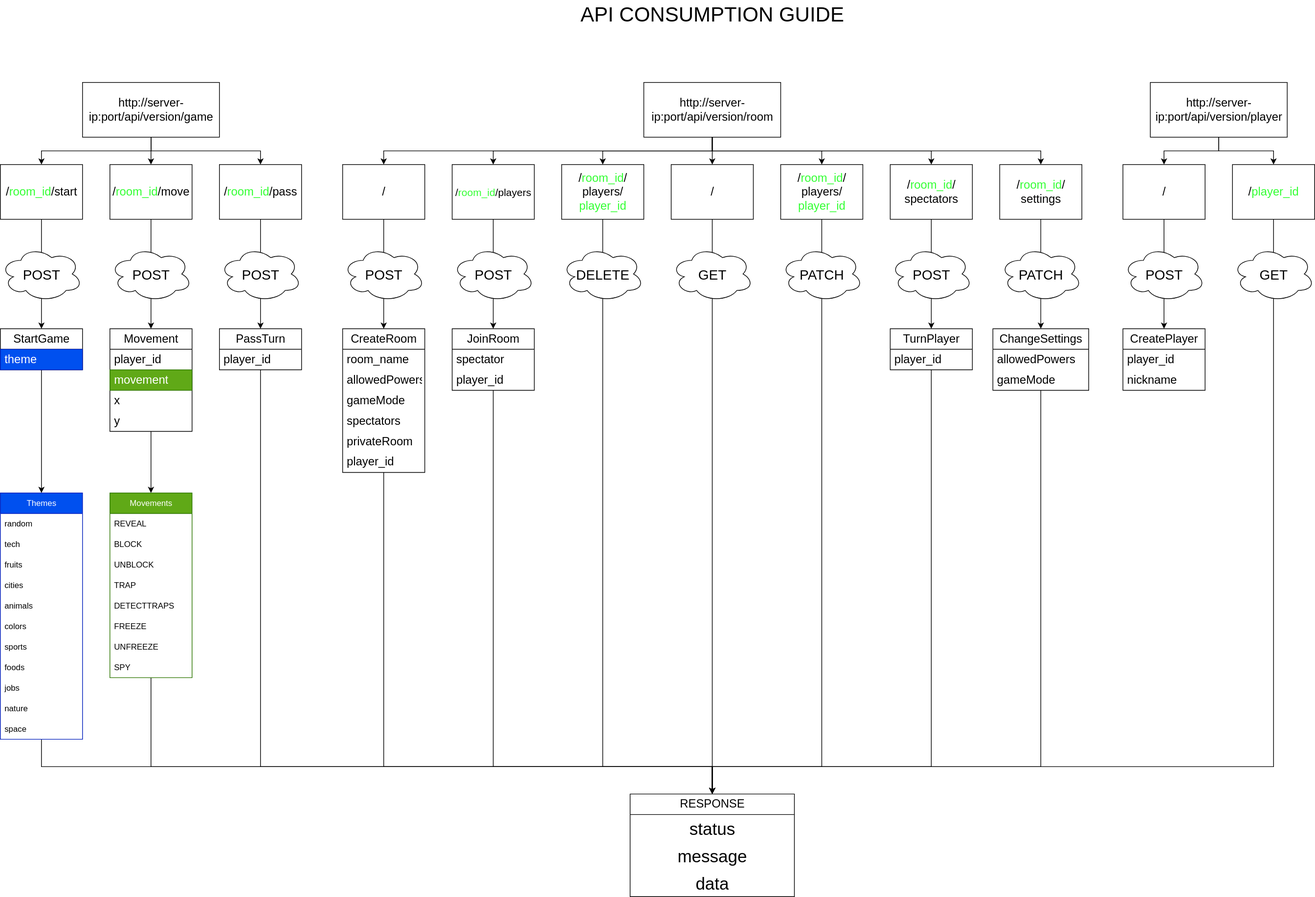
Above: diagrams/ApiConsumptionGuide.drawio.svg in Zidan-09/Letra-a-Letra (draw.io), before the change. Source tidied: cells renumbered, new cells last; positions are measured from the earlier drawing's top-left corner, leaving out a move shared by most shapes.
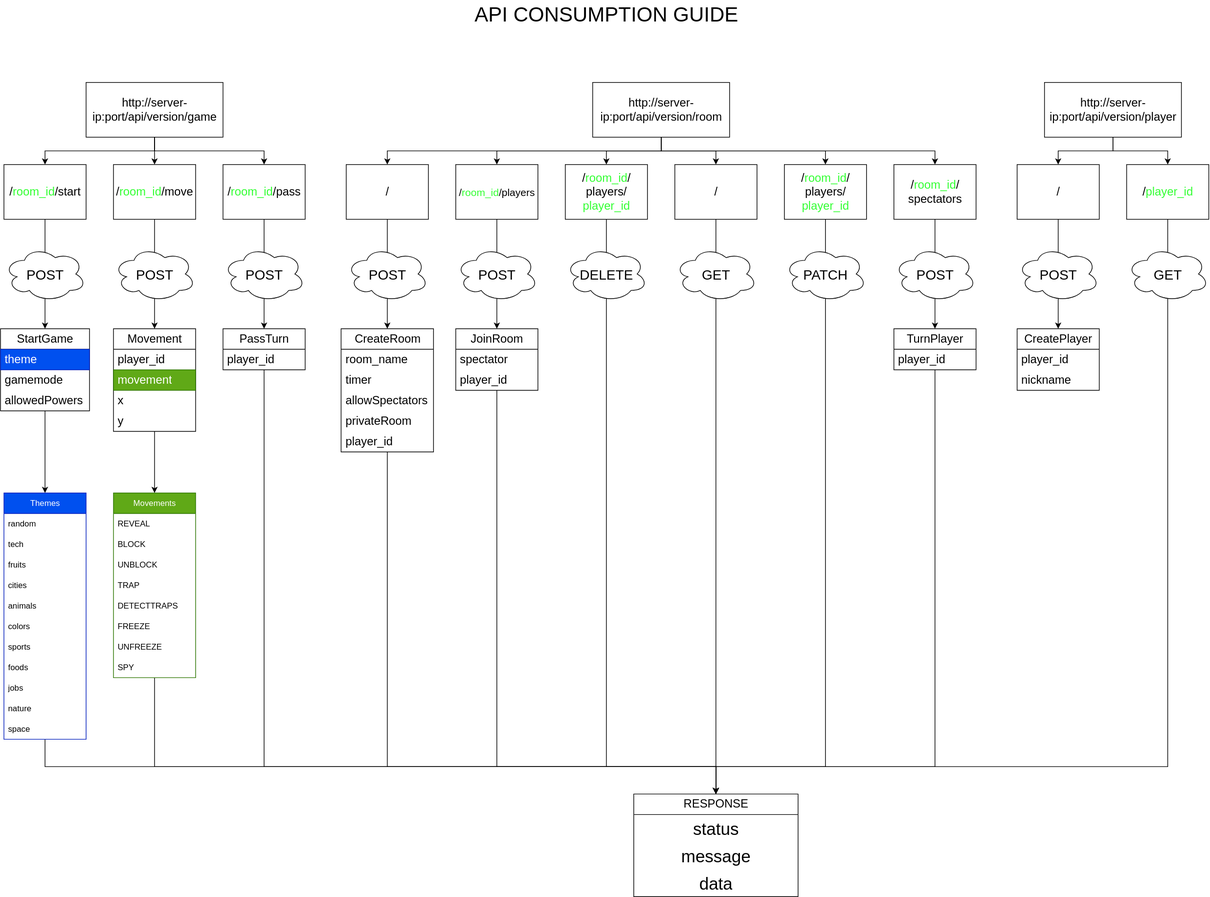
Above is the later version.

Commit message:
FIX - Fixed unused things && updated diagram

The edit, as a diff of the source:
```diff
@@ -3,7 +3,7 @@
     <mxCell id="0" />
     <mxCell id="1" parent="0" />
     <mxCell id="2" value="API CONSUMPTION GUIDE" style="text;html=1;align=center;verticalAlign=middle;whiteSpace=wrap;rounded=0;fontSize=30;" parent="1" vertex="1">
-      <mxGeometry x="840" width="400" height="40" as="geometry" />
+      <mxGeometry width="1760" height="40" as="geometry" />
     </mxCell>
     <mxCell id="3" style="edgeStyle=orthogonalEdgeStyle;rounded=0;jettySize=auto;html=1;entryX=0.5;entryY=0;entryDx=0;entryDy=0;" parent="1" edge="1" source="6" target="21">
       <mxGeometry relative="1" as="geometry" />
@@ -20,7 +20,7 @@
     <mxCell id="7" style="edgeStyle=orthogonalEdgeStyle;rounded=0;jettySize=auto;html=1;entryX=0.5;entryY=0;entryDx=0;entryDy=0;" parent="1" edge="1" source="14" target="27">
       <mxGeometry relative="1" as="geometry">
         <Array as="points">
-          <mxPoint x="1040" y="220" />
+          <mxPoint x="960" y="220" />
           <mxPoint x="720" y="220" />
         </Array>
       </mxGeometry>
@@ -28,7 +28,7 @@
     <mxCell id="8" style="edgeStyle=orthogonalEdgeStyle;rounded=0;jettySize=auto;html=1;entryX=0.5;entryY=0;entryDx=0;entryDy=0;" parent="1" edge="1" source="14" target="25">
       <mxGeometry relative="1" as="geometry">
         <Array as="points">
-          <mxPoint x="1040" y="220" />
+          <mxPoint x="960" y="220" />
           <mxPoint x="560" y="220" />
         </Array>
       </mxGeometry>
@@ -39,7 +39,7 @@
     <mxCell id="10" style="edgeStyle=orthogonalEdgeStyle;rounded=0;jettySize=auto;html=1;entryX=0.5;entryY=0;entryDx=0;entryDy=0;" parent="1" edge="1" source="14" target="29">
       <mxGeometry relative="1" as="geometry">
         <Array as="points">
-          <mxPoint x="1040" y="220" />
+          <mxPoint x="960" y="220" />
           <mxPoint x="1040" y="220" />
         </Array>
       </mxGeometry>
@@ -47,7 +47,7 @@
     <mxCell id="11" style="edgeStyle=orthogonalEdgeStyle;rounded=0;jettySize=auto;html=1;entryX=0.5;entryY=0;entryDx=0;entryDy=0;" parent="1" edge="1" source="14" target="93">
       <mxGeometry relative="1" as="geometry">
         <Array as="points">
-          <mxPoint x="1040" y="220" />
+          <mxPoint x="960" y="220" />
           <mxPoint x="1200" y="220" />
         </Array>
       </mxGeometry>
@@ -55,21 +55,13 @@
     <mxCell id="12" style="edgeStyle=orthogonalEdgeStyle;rounded=0;jettySize=auto;html=1;entryX=0.5;entryY=0;entryDx=0;entryDy=0;" parent="1" edge="1" source="14" target="96">
       <mxGeometry relative="1" as="geometry">
         <Array as="points">
-          <mxPoint x="1040" y="220" />
+          <mxPoint x="960" y="220" />
           <mxPoint x="1360" y="220" />
         </Array>
       </mxGeometry>
     </mxCell>
-    <mxCell id="13" style="edgeStyle=orthogonalEdgeStyle;rounded=0;jettySize=auto;html=1;entryX=0.5;entryY=0;entryDx=0;entryDy=0;" parent="1" edge="1" source="14" target="102">
-      <mxGeometry relative="1" as="geometry">
-        <Array as="points">
-          <mxPoint x="1040" y="220" />
-          <mxPoint x="1520" y="220" />
-        </Array>
-      </mxGeometry>
-    </mxCell>
     <mxCell id="14" value="http://server-ip:port/api/version/room" style="rounded=0;whiteSpace=wrap;html=1;fontSize=17;" parent="1" vertex="1">
-      <mxGeometry x="940" y="120" width="200" height="80" as="geometry" />
+      <mxGeometry x="860" y="120" width="200" height="80" as="geometry" />
     </mxCell>
     <mxCell id="15" style="edgeStyle=orthogonalEdgeStyle;rounded=0;jettySize=auto;html=1;entryX=0.5;entryY=0;entryDx=0;entryDy=0;" parent="1" edge="1" source="17" target="32">
       <mxGeometry relative="1" as="geometry" />
@@ -78,7 +70,7 @@
       <mxGeometry relative="1" as="geometry" />
     </mxCell>
     <mxCell id="17" value="http://server-ip:port/api/version/player" style="rounded=0;whiteSpace=wrap;html=1;fontSize=17;" parent="1" vertex="1">
-      <mxGeometry x="1680" y="120" width="200" height="80" as="geometry" />
+      <mxGeometry x="1520" y="120" width="200" height="80" as="geometry" />
     </mxCell>
     <mxCell id="18" style="edgeStyle=orthogonalEdgeStyle;rounded=0;jettySize=auto;html=1;entryX=0.5;entryY=0;entryDx=0;entryDy=0;" parent="1" edge="1" source="19" target="41">
       <mxGeometry relative="1" as="geometry" />
@@ -119,16 +111,17 @@
     <mxCell id="30" value="&lt;span style=&quot;font-size: 17px;&quot;&gt;/&lt;font style=&quot;color: rgb(51, 255, 51);&quot;&gt;room_id&lt;/font&gt;/&lt;/span&gt;&lt;div&gt;&lt;span style=&quot;font-size: 17px;&quot;&gt;players/&lt;/span&gt;&lt;/div&gt;&lt;div&gt;&lt;span style=&quot;font-size: 17px;&quot;&gt;&lt;font style=&quot;color: rgb(51, 255, 51);&quot;&gt;player_id&lt;/font&gt;&lt;/span&gt;&lt;/div&gt;" style="rounded=0;whiteSpace=wrap;html=1;" parent="1" vertex="1">
       <mxGeometry x="820" y="240" width="120" height="80" as="geometry" />
     </mxCell>
-    <mxCell id="31" style="edgeStyle=orthogonalEdgeStyle;rounded=0;jettySize=auto;html=1;entryX=0.5;entryY=0;entryDx=0;entryDy=0;" parent="1" edge="1" source="32" target="88">
+    <mxCell id="31" style="edgeStyle=orthogonalEdgeStyle;rounded=0;jettySize=auto;html=1;" parent="1" edge="1" source="32">
       <mxGeometry relative="1" as="geometry">
+        <mxPoint x="1040" y="1160" as="targetPoint" />
         <Array as="points">
-          <mxPoint x="1860" y="1120" />
+          <mxPoint x="1700" y="1120" />
           <mxPoint x="1040" y="1120" />
         </Array>
       </mxGeometry>
     </mxCell>
     <mxCell id="32" value="&lt;span style=&quot;font-size: 17px;&quot;&gt;/&lt;font style=&quot;color: rgb(51, 255, 51);&quot;&gt;player_id&lt;/font&gt;&lt;/span&gt;" style="rounded=0;whiteSpace=wrap;html=1;" parent="1" vertex="1">
-      <mxGeometry x="1800" y="240" width="120" height="80" as="geometry" />
+      <mxGeometry x="1640" y="240" width="120" height="80" as="geometry" />
     </mxCell>
     <mxCell id="33" value="&lt;font style=&quot;font-size: 20px;&quot;&gt;POST&lt;/font&gt;" style="ellipse;shape=cloud;whiteSpace=wrap;html=1;" parent="1" vertex="1">
       <mxGeometry y="360" width="120" height="80" as="geometry" />
@@ -140,7 +133,7 @@
       <mxGeometry x="320" y="360" width="120" height="80" as="geometry" />
     </mxCell>
     <mxCell id="36" value="&lt;font style=&quot;font-size: 20px;&quot;&gt;GET&lt;/font&gt;" style="ellipse;shape=cloud;whiteSpace=wrap;html=1;" parent="1" vertex="1">
-      <mxGeometry x="1800" y="360" width="120" height="80" as="geometry" />
+      <mxGeometry x="1640" y="360" width="120" height="80" as="geometry" />
     </mxCell>
     <mxCell id="37" value="&lt;font style=&quot;font-size: 20px;&quot;&gt;POST&lt;/font&gt;" style="ellipse;shape=cloud;whiteSpace=wrap;html=1;" parent="1" vertex="1">
       <mxGeometry x="500" y="360" width="120" height="80" as="geometry" />
@@ -155,11 +148,17 @@
       <mxGeometry relative="1" as="geometry" />
     </mxCell>
     <mxCell id="41" value="StartGame" style="swimlane;fontStyle=0;horizontal=1;startSize=30;whiteSpace=wrap;html=1;fontSize=17;" parent="1" vertex="1">
-      <mxGeometry y="480" width="120" height="60" as="geometry" />
+      <mxGeometry x="-5" y="480" width="130" height="120" as="geometry" />
     </mxCell>
     <mxCell id="42" value="theme" style="text;strokeColor=#001DBC;fillColor=#0050ef;align=left;verticalAlign=middle;spacingLeft=4;spacingRight=4;overflow=hidden;whiteSpace=wrap;html=1;fontSize=17;labelBackgroundColor=none;fontColor=#ffffff;" parent="41" vertex="1">
-      <mxGeometry y="30" width="120" height="30" as="geometry" />
+      <mxGeometry y="30" width="130" height="30" as="geometry" />
     </mxCell>
+    <mxCell id="115" value="gamemode" style="text;strokeColor=none;fillColor=none;align=left;verticalAlign=middle;spacingLeft=4;spacingRight=4;overflow=hidden;whiteSpace=wrap;html=1;fontSize=17;" parent="41" vertex="1">
+      <mxGeometry y="60" width="130" height="30" as="geometry" />
+    </mxCell>
+    <mxCell id="116" value="allowedPowers" style="text;strokeColor=none;fillColor=none;align=left;verticalAlign=middle;spacingLeft=4;spacingRight=4;overflow=hidden;whiteSpace=wrap;html=1;fontSize=17;" parent="41" vertex="1">
+      <mxGeometry y="90" width="130" height="30" as="geometry" />
+    </mxCell>
     <mxCell id="43" style="edgeStyle=orthogonalEdgeStyle;rounded=0;jettySize=auto;html=1;entryX=0.5;entryY=0;entryDx=0;entryDy=0;" parent="1" edge="1" source="44" target="79">
       <mxGeometry relative="1" as="geometry" />
     </mxCell>
@@ -201,25 +200,22 @@
       </mxGeometry>
     </mxCell>
     <mxCell id="53" value="CreateRoom" style="swimlane;fontStyle=0;horizontal=1;startSize=30;whiteSpace=wrap;html=1;fontSize=17;" parent="1" vertex="1">
-      <mxGeometry x="500" y="480" width="120" height="210" as="geometry" />
+      <mxGeometry x="492.5" y="480" width="135" height="180" as="geometry" />
     </mxCell>
     <mxCell id="54" value="room_name" style="text;strokeColor=none;fillColor=none;align=left;verticalAlign=middle;spacingLeft=4;spacingRight=4;overflow=hidden;whiteSpace=wrap;html=1;fontSize=17;" parent="53" vertex="1">
-      <mxGeometry y="30" width="120" height="30" as="geometry" />
+      <mxGeometry y="30" width="135" height="30" as="geometry" />
     </mxCell>
-    <mxCell id="55" value="allowedPowers" style="text;strokeColor=none;fillColor=none;align=left;verticalAlign=middle;spacingLeft=4;spacingRight=4;overflow=hidden;whiteSpace=wrap;html=1;fontSize=17;" parent="53" vertex="1">
-      <mxGeometry y="60" width="120" height="30" as="geometry" />
-    </mxCell>
-    <mxCell id="56" value="gameMode" style="text;strokeColor=none;fillColor=none;align=left;verticalAlign=middle;spacingLeft=4;spacingRight=4;overflow=hidden;whiteSpace=wrap;html=1;fontSize=17;" parent="53" vertex="1">
-      <mxGeometry y="90" width="120" height="30" as="geometry" />
-    </mxCell>
+    <mxCell id="117" value="timer" style="text;strokeColor=none;fillColor=none;align=left;verticalAlign=middle;spacingLeft=4;spacingRight=4;overflow=hidden;whiteSpace=wrap;html=1;fontSize=17;" parent="53" vertex="1">
+      <mxGeometry y="60" width="135" height="30" as="geometry" />
+    </mxCell>
-    <mxCell id="57" value="spectators" style="text;strokeColor=none;fillColor=none;align=left;verticalAlign=middle;spacingLeft=4;spacingRight=4;overflow=hidden;whiteSpace=wrap;html=1;fontSize=17;" parent="53" vertex="1">
-      <mxGeometry y="120" width="120" height="30" as="geometry" />
+    <mxCell id="57" value="allowSpectators" style="text;strokeColor=none;fillColor=none;align=left;verticalAlign=middle;spacingLeft=4;spacingRight=4;overflow=hidden;whiteSpace=wrap;html=1;fontSize=17;" parent="53" vertex="1">
+      <mxGeometry y="90" width="135" height="30" as="geometry" />
     </mxCell>
     <mxCell id="58" value="privateRoom" style="text;strokeColor=none;fillColor=none;align=left;verticalAlign=middle;spacingLeft=4;spacingRight=4;overflow=hidden;whiteSpace=wrap;html=1;fontSize=17;" parent="53" vertex="1">
-      <mxGeometry y="150" width="120" height="30" as="geometry" />
+      <mxGeometry y="120" width="135" height="30" as="geometry" />
     </mxCell>
     <mxCell id="59" value="player_id" style="text;strokeColor=none;fillColor=none;align=left;verticalAlign=middle;spacingLeft=4;spacingRight=4;overflow=hidden;whiteSpace=wrap;html=1;fontSize=17;" parent="53" vertex="1">
-      <mxGeometry y="180" width="120" height="30" as="geometry" />
+      <mxGeometry y="150" width="135" height="30" as="geometry" />
     </mxCell>
     <mxCell id="60" style="edgeStyle=orthogonalEdgeStyle;rounded=0;jettySize=auto;html=1;entryX=0.5;entryY=0;entryDx=0;entryDy=0;" parent="1" edge="1" source="61" target="88">
       <mxGeometry relative="1" as="geometry">
@@ -374,43 +370,17 @@
     <mxCell id="100" value="&lt;font style=&quot;font-size: 20px;&quot;&gt;POST&lt;/font&gt;" style="ellipse;shape=cloud;whiteSpace=wrap;html=1;" parent="1" vertex="1">
       <mxGeometry x="1300" y="360" width="120" height="80" as="geometry" />
     </mxCell>
-    <mxCell id="101" style="edgeStyle=orthogonalEdgeStyle;rounded=0;jettySize=auto;html=1;entryX=0.5;entryY=0;entryDx=0;entryDy=0;" parent="1" edge="1" source="102" target="104">
-      <mxGeometry relative="1" as="geometry" />
-    </mxCell>
-    <mxCell id="102" value="&lt;span style=&quot;font-size: 17px;&quot;&gt;/&lt;font style=&quot;color: rgb(51, 255, 51);&quot;&gt;room_id&lt;/font&gt;/&lt;/span&gt;&lt;div&gt;&lt;span style=&quot;font-size: 17px;&quot;&gt;settings&lt;/span&gt;&lt;/div&gt;" style="rounded=0;whiteSpace=wrap;html=1;" parent="1" vertex="1">
-      <mxGeometry x="1460" y="240" width="120" height="80" as="geometry" />
-    </mxCell>
-    <mxCell id="103" style="edgeStyle=orthogonalEdgeStyle;rounded=0;jettySize=auto;html=1;entryX=0.5;entryY=0;entryDx=0;entryDy=0;" parent="1" edge="1" source="104" target="88">
-      <mxGeometry relative="1" as="geometry">
-        <Array as="points">
-          <mxPoint x="1520" y="1120" />
-          <mxPoint x="1040" y="1120" />
-        </Array>
-      </mxGeometry>
-    </mxCell>
-    <mxCell id="104" value="ChangeSettings" style="swimlane;fontStyle=0;horizontal=1;startSize=30;whiteSpace=wrap;html=1;fontSize=17;" parent="1" vertex="1">
-      <mxGeometry x="1450" y="480" width="140" height="90" as="geometry" />
-    </mxCell>
-    <mxCell id="105" value="allowedPowers" style="text;strokeColor=none;fillColor=none;align=left;verticalAlign=middle;spacingLeft=4;spacingRight=4;overflow=hidden;whiteSpace=wrap;html=1;fontSize=17;" parent="104" vertex="1">
-      <mxGeometry y="30" width="140" height="30" as="geometry" />
-    </mxCell>
-    <mxCell id="106" value="gameMode" style="text;strokeColor=none;fillColor=none;align=left;verticalAlign=middle;spacingLeft=4;spacingRight=4;overflow=hidden;whiteSpace=wrap;html=1;fontSize=17;" parent="104" vertex="1">
-      <mxGeometry y="60" width="140" height="30" as="geometry" />
-    </mxCell>
-    <mxCell id="107" value="&lt;font style=&quot;font-size: 20px;&quot;&gt;PATCH&lt;/font&gt;" style="ellipse;shape=cloud;whiteSpace=wrap;html=1;" parent="1" vertex="1">
-      <mxGeometry x="1460" y="360" width="120" height="80" as="geometry" />
-    </mxCell>
     <mxCell id="108" style="edgeStyle=orthogonalEdgeStyle;rounded=0;jettySize=auto;html=1;entryX=0.5;entryY=0;entryDx=0;entryDy=0;" parent="1" edge="1" source="109" target="111">
       <mxGeometry relative="1" as="geometry" />
     </mxCell>
     <mxCell id="109" value="&lt;span style=&quot;font-size: 17px;&quot;&gt;/&lt;/span&gt;" style="rounded=0;whiteSpace=wrap;html=1;" parent="1" vertex="1">
-      <mxGeometry x="1640" y="240" width="120" height="80" as="geometry" />
+      <mxGeometry x="1480" y="240" width="120" height="80" as="geometry" />
     </mxCell>
     <mxCell id="110" value="&lt;font style=&quot;font-size: 20px;&quot;&gt;POST&lt;/font&gt;" style="ellipse;shape=cloud;whiteSpace=wrap;html=1;" parent="1" vertex="1">
-      <mxGeometry x="1640" y="360" width="120" height="80" as="geometry" />
+      <mxGeometry x="1480" y="360" width="120" height="80" as="geometry" />
     </mxCell>
     <mxCell id="111" value="CreatePlayer" style="swimlane;fontStyle=0;horizontal=1;startSize=30;whiteSpace=wrap;html=1;fontSize=17;" parent="1" vertex="1">
-      <mxGeometry x="1640" y="480" width="120" height="90" as="geometry" />
+      <mxGeometry x="1480" y="480" width="120" height="90" as="geometry" />
     </mxCell>
     <mxCell id="112" value="player_id" style="text;strokeColor=none;fillColor=none;align=left;verticalAlign=middle;spacingLeft=4;spacingRight=4;overflow=hidden;whiteSpace=wrap;html=1;fontSize=17;" parent="111" vertex="1">
       <mxGeometry y="30" width="120" height="30" as="geometry" />
```
